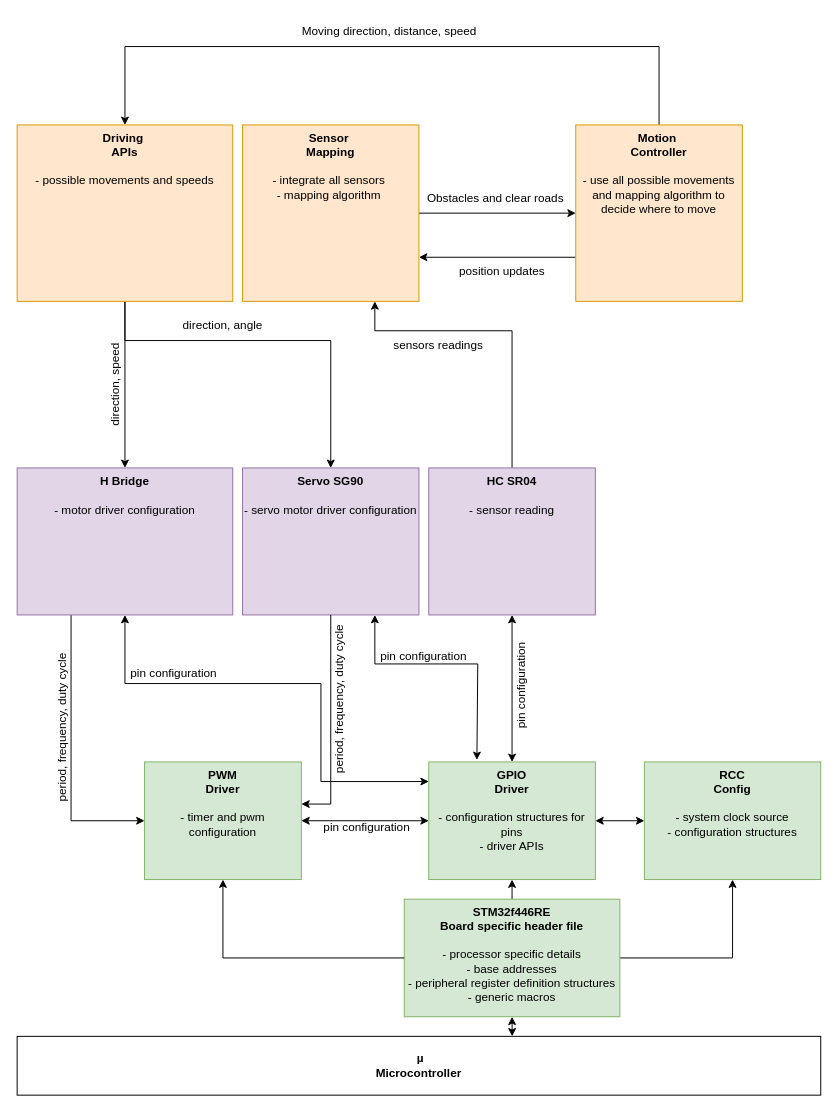
Above: page "Interactions" (2 of 2) of Architecture/architecture.drawio in bogdancupsa/MobileRobotPlatform (draw.io), before the change. Source tidied: cells renumbered, new cells numbered last; positions are measured from the earlier drawing's top-left corner, leaving out a move shared by most shapes. Both pictures are drawn from the tidied source at 98%, with x=0, y=0 at pixel (-85, 17).
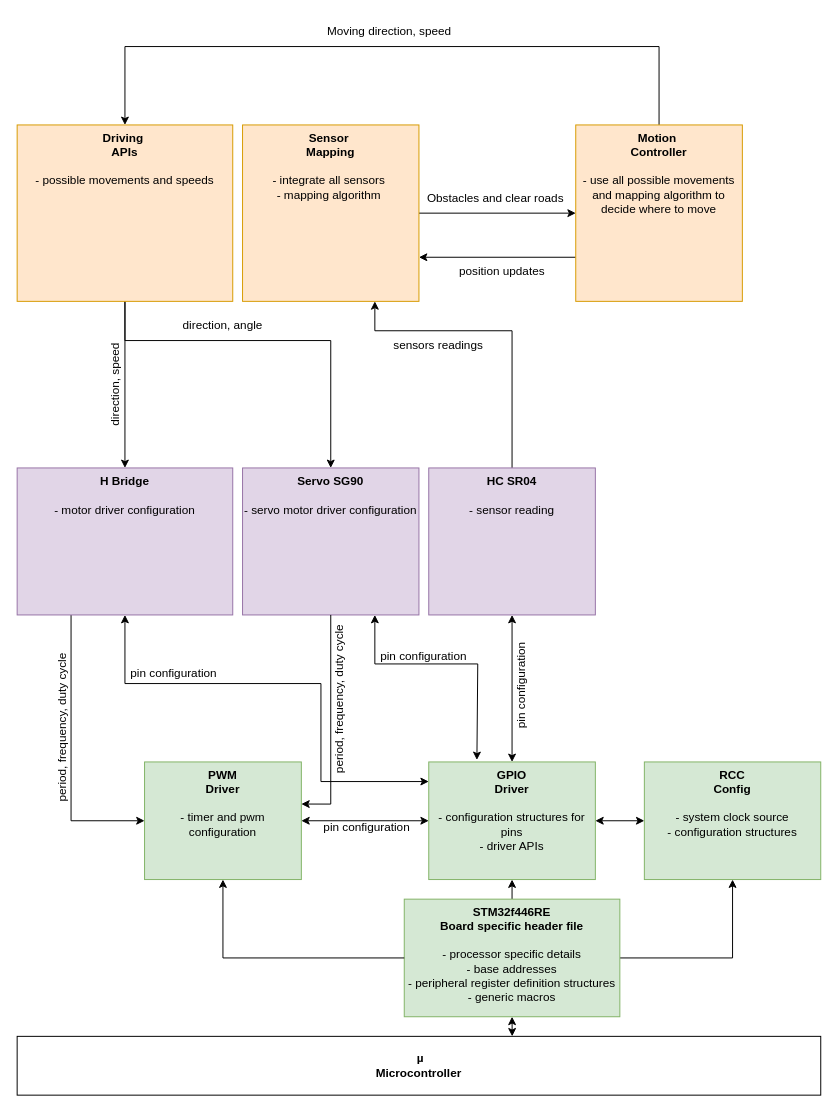
After the change.

The edit, as a diff of the source:
```diff
@@
-    <mxCell id="23" value="Moving direction, distance, speed" style="text;html=1;align=center;verticalAlign=middle;whiteSpace=wrap;rounded=0;" parent="1" vertex="1">
+    <mxCell id="23" value="Moving direction, speed" style="text;html=1;align=center;verticalAlign=middle;whiteSpace=wrap;rounded=0;" parent="1" vertex="1">
       <mxGeometry x="334" width="300" height="30" as="geometry" />
     </mxCell>
```
